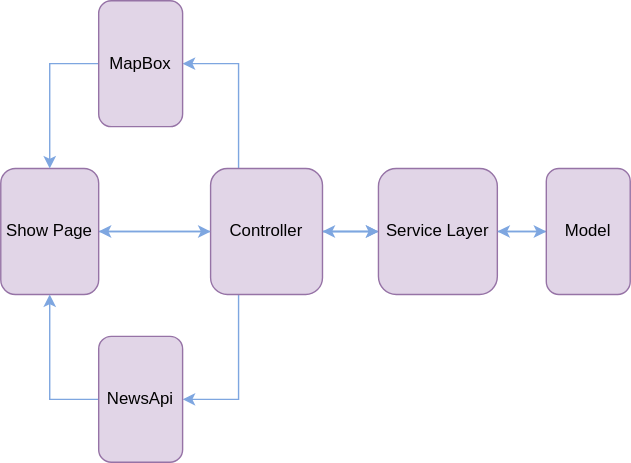
Above: src/main/resources/static/Image/FLowChart.svg in ja841014/COVID-19_Global-Tracker (draw.io), before the change. Source tidied: cells renumbered, new cells last; positions are measured from the earlier drawing's top-left corner, leaving out a move shared by most shapes.
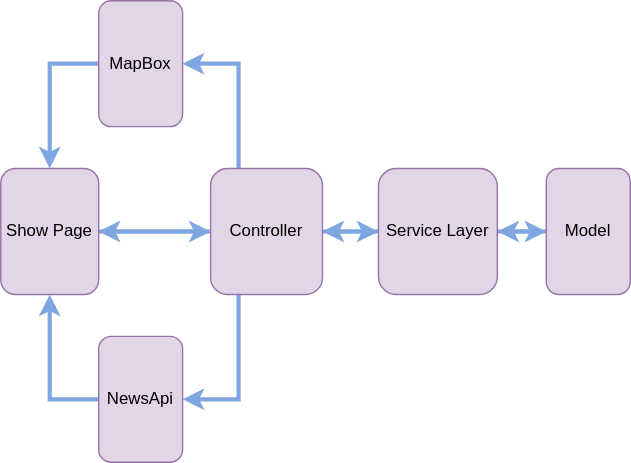
The same file after the commit.

Change to the diagram source:
```diff
@@ -2,52 +2,49 @@
   <root>
     <mxCell id="0" />
     <mxCell id="1" parent="0" />
-    <mxCell id="2" style="edgeStyle=orthogonalEdgeStyle;rounded=0;jettySize=auto;html=1;exitX=0.5;exitY=0;exitDx=0;exitDy=0;entryX=0.5;entryY=1;entryDx=0;entryDy=0;strokeColor=#7EA6E0;" parent="1" edge="1" source="7" target="10">
+    <mxCell id="2" style="edgeStyle=orthogonalEdgeStyle;rounded=0;jettySize=auto;html=1;exitX=0.5;exitY=0;exitDx=0;exitDy=0;entryX=0.5;entryY=1;entryDx=0;entryDy=0;strokeColor=#7EA6E0;strokeWidth=3;" parent="1" edge="1" source="7" target="10">
       <mxGeometry relative="1" as="geometry" />
     </mxCell>
-    <mxCell id="3" style="edgeStyle=orthogonalEdgeStyle;jettySize=auto;html=1;exitX=0;exitY=0.75;exitDx=0;exitDy=0;entryX=0.5;entryY=0;entryDx=0;entryDy=0;strokeColor=#7EA6E0;rounded=0;" parent="1" edge="1" source="7" target="16">
+    <mxCell id="3" style="edgeStyle=orthogonalEdgeStyle;jettySize=auto;html=1;exitX=0;exitY=0.75;exitDx=0;exitDy=0;entryX=0.5;entryY=0;entryDx=0;entryDy=0;strokeColor=#7EA6E0;rounded=0;strokeWidth=3;" parent="1" edge="1" source="7" target="16">
       <mxGeometry relative="1" as="geometry" />
     </mxCell>
-    <mxCell id="4" style="edgeStyle=orthogonalEdgeStyle;jettySize=auto;html=1;exitX=1;exitY=0.75;exitDx=0;exitDy=0;entryX=0.5;entryY=0;entryDx=0;entryDy=0;strokeColor=#7EA6E0;rounded=0;" parent="1" edge="1" source="7" target="18">
+    <mxCell id="4" style="edgeStyle=orthogonalEdgeStyle;jettySize=auto;html=1;exitX=1;exitY=0.75;exitDx=0;exitDy=0;entryX=0.5;entryY=0;entryDx=0;entryDy=0;strokeColor=#7EA6E0;rounded=0;strokeWidth=3;" parent="1" edge="1" source="7" target="18">
       <mxGeometry relative="1" as="geometry" />
     </mxCell>
-    <mxCell id="5" style="edgeStyle=orthogonalEdgeStyle;rounded=0;jettySize=auto;html=1;exitX=0.5;exitY=1;exitDx=0;exitDy=0;entryX=0.5;entryY=0;entryDx=0;entryDy=0;strokeColor=#7EA6E0;" parent="1" edge="1" source="7" target="14">
+    <mxCell id="5" style="edgeStyle=orthogonalEdgeStyle;rounded=0;jettySize=auto;html=1;exitX=0.5;exitY=1;exitDx=0;exitDy=0;entryX=0.5;entryY=0;entryDx=0;entryDy=0;strokeColor=#7EA6E0;strokeWidth=3;" parent="1" edge="1" source="7" target="14">
       <mxGeometry relative="1" as="geometry" />
     </mxCell>
-    <mxCell id="6" style="edgeStyle=orthogonalEdgeStyle;rounded=0;jettySize=auto;html=1;exitX=0.5;exitY=0;exitDx=0;exitDy=0;entryX=0.5;entryY=1;entryDx=0;entryDy=0;strokeColor=#7EA6E0;" parent="1" edge="1" source="7" target="10">
-      <mxGeometry relative="1" as="geometry" />
-    </mxCell>
     <mxCell id="7" value="Controller" style="rounded=1;whiteSpace=wrap;html=1;direction=south;fillColor=#e1d5e7;strokeColor=#9673a6;" parent="1" vertex="1">
       <mxGeometry x="150" y="120" width="80" height="90" as="geometry" />
     </mxCell>
-    <mxCell id="8" style="edgeStyle=orthogonalEdgeStyle;rounded=0;jettySize=auto;html=1;exitX=0.5;exitY=0;exitDx=0;exitDy=0;entryX=0.5;entryY=1;entryDx=0;entryDy=0;strokeColor=#7EA6E0;" parent="1" edge="1" source="10" target="12">
+    <mxCell id="8" style="edgeStyle=orthogonalEdgeStyle;rounded=0;jettySize=auto;html=1;exitX=0.5;exitY=0;exitDx=0;exitDy=0;entryX=0.5;entryY=1;entryDx=0;entryDy=0;strokeColor=#7EA6E0;strokeWidth=3;" parent="1" edge="1" source="10" target="12">
       <mxGeometry relative="1" as="geometry" />
     </mxCell>
-    <mxCell id="9" style="edgeStyle=orthogonalEdgeStyle;rounded=0;jettySize=auto;html=1;exitX=0.5;exitY=1;exitDx=0;exitDy=0;entryX=0.5;entryY=0;entryDx=0;entryDy=0;strokeColor=#7EA6E0;" parent="1" edge="1" source="10" target="7">
+    <mxCell id="9" style="edgeStyle=orthogonalEdgeStyle;rounded=0;jettySize=auto;html=1;exitX=0.5;exitY=1;exitDx=0;exitDy=0;strokeColor=#7EA6E0;strokeWidth=3;entryX=0.5;entryY=0;entryDx=0;entryDy=0;" parent="1" edge="1" source="10" target="7">
       <mxGeometry relative="1" as="geometry" />
     </mxCell>
     <mxCell id="10" value="Service Layer" style="rounded=1;whiteSpace=wrap;html=1;direction=south;fillColor=#e1d5e7;strokeColor=#9673a6;" parent="1" vertex="1">
       <mxGeometry x="270" y="120" width="85" height="90" as="geometry" />
     </mxCell>
-    <mxCell id="11" style="edgeStyle=orthogonalEdgeStyle;rounded=0;jettySize=auto;html=1;exitX=0.5;exitY=1;exitDx=0;exitDy=0;entryX=0.5;entryY=0;entryDx=0;entryDy=0;strokeColor=#7EA6E0;" parent="1" edge="1" source="12" target="10">
+    <mxCell id="11" style="edgeStyle=orthogonalEdgeStyle;rounded=0;jettySize=auto;html=1;exitX=0.5;exitY=1;exitDx=0;exitDy=0;entryX=0.5;entryY=0;entryDx=0;entryDy=0;strokeColor=#7EA6E0;strokeWidth=3;" parent="1" edge="1" source="12" target="10">
       <mxGeometry relative="1" as="geometry" />
     </mxCell>
     <mxCell id="12" value="Model" style="rounded=1;whiteSpace=wrap;html=1;direction=south;fillColor=#e1d5e7;strokeColor=#9673a6;" parent="1" vertex="1">
       <mxGeometry x="390" y="120" width="60" height="90" as="geometry" />
     </mxCell>
-    <mxCell id="13" style="edgeStyle=orthogonalEdgeStyle;rounded=0;jettySize=auto;html=1;exitX=0.5;exitY=0;exitDx=0;exitDy=0;entryX=0.5;entryY=1;entryDx=0;entryDy=0;strokeColor=#7EA6E0;" parent="1" edge="1" source="14" target="7">
+    <mxCell id="13" style="edgeStyle=orthogonalEdgeStyle;rounded=0;jettySize=auto;html=1;entryX=0.5;entryY=1;entryDx=0;entryDy=0;strokeColor=#7EA6E0;strokeWidth=3;exitX=0.5;exitY=0;exitDx=0;exitDy=0;" parent="1" edge="1" source="14" target="7">
       <mxGeometry relative="1" as="geometry" />
     </mxCell>
     <mxCell id="14" value="Show Page" style="rounded=1;whiteSpace=wrap;html=1;direction=south;fillColor=#e1d5e7;strokeColor=#9673a6;" parent="1" vertex="1">
       <mxGeometry y="120" width="70" height="90" as="geometry" />
     </mxCell>
-    <mxCell id="15" style="edgeStyle=orthogonalEdgeStyle;jettySize=auto;html=1;exitX=0.5;exitY=1;exitDx=0;exitDy=0;entryX=0;entryY=0.5;entryDx=0;entryDy=0;strokeColor=#7EA6E0;rounded=0;" parent="1" edge="1" source="16" target="14">
+    <mxCell id="15" style="edgeStyle=orthogonalEdgeStyle;jettySize=auto;html=1;exitX=0.5;exitY=1;exitDx=0;exitDy=0;entryX=0;entryY=0.5;entryDx=0;entryDy=0;strokeColor=#7EA6E0;rounded=0;strokeWidth=3;" parent="1" edge="1" source="16" target="14">
       <mxGeometry relative="1" as="geometry" />
     </mxCell>
     <mxCell id="16" value="MapBox" style="rounded=1;whiteSpace=wrap;html=1;direction=south;fillColor=#e1d5e7;strokeColor=#9673a6;" parent="1" vertex="1">
       <mxGeometry x="70" width="60" height="90" as="geometry" />
     </mxCell>
-    <mxCell id="17" style="edgeStyle=orthogonalEdgeStyle;jettySize=auto;html=1;exitX=0.5;exitY=1;exitDx=0;exitDy=0;entryX=1;entryY=0.5;entryDx=0;entryDy=0;strokeColor=#7EA6E0;rounded=0;" parent="1" edge="1" source="18" target="14">
+    <mxCell id="17" style="edgeStyle=orthogonalEdgeStyle;jettySize=auto;html=1;exitX=0.5;exitY=1;exitDx=0;exitDy=0;entryX=1;entryY=0.5;entryDx=0;entryDy=0;strokeColor=#7EA6E0;rounded=0;strokeWidth=3;" parent="1" edge="1" source="18" target="14">
       <mxGeometry relative="1" as="geometry" />
     </mxCell>
     <mxCell id="18" value="NewsApi" style="rounded=1;whiteSpace=wrap;html=1;direction=south;fillColor=#e1d5e7;strokeColor=#9673a6;" parent="1" vertex="1">
```
